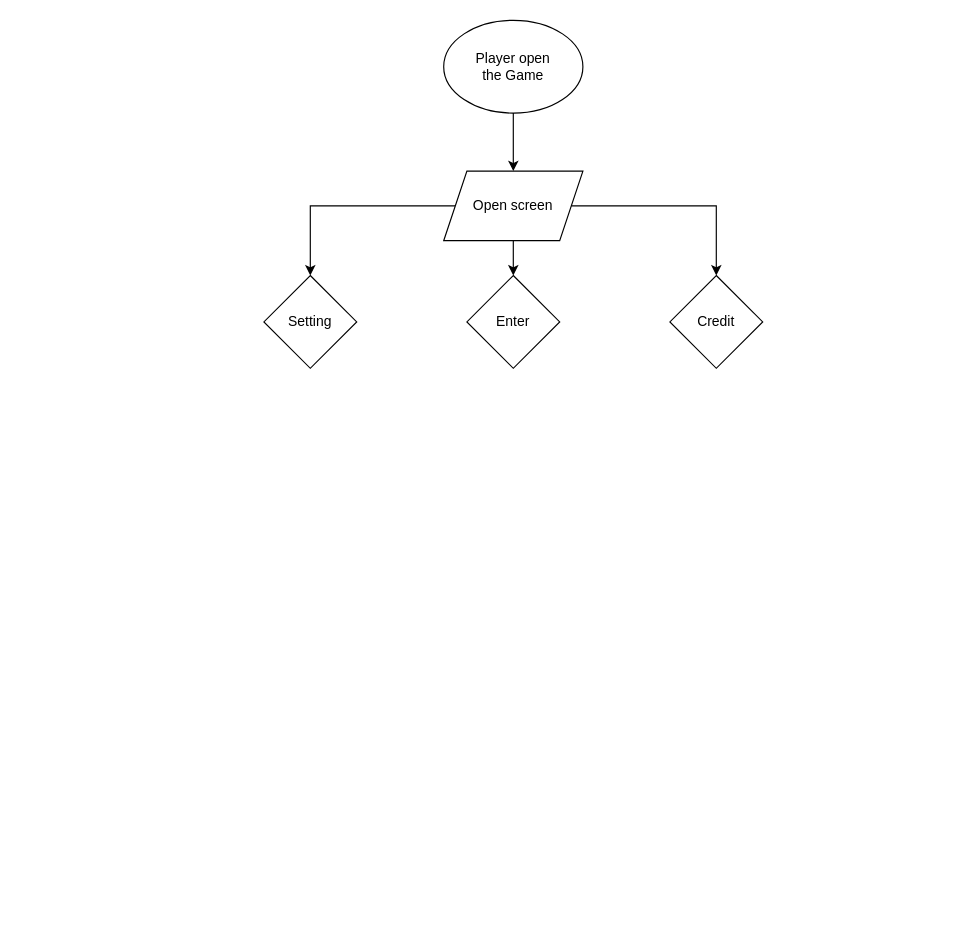
Above: Diagram/Mobile Shooting the video game.drawio in quanpham8899/Mobile-shooting-the-video-game (draw.io), before the change. Source tidied: cells renumbered, new cells numbered last; positions are measured from the earlier drawing's top-left corner, leaving out a move shared by most shapes. Both pictures are drawn from the tidied source at 116%, with x=0, y=0 at pixel (263, 20).
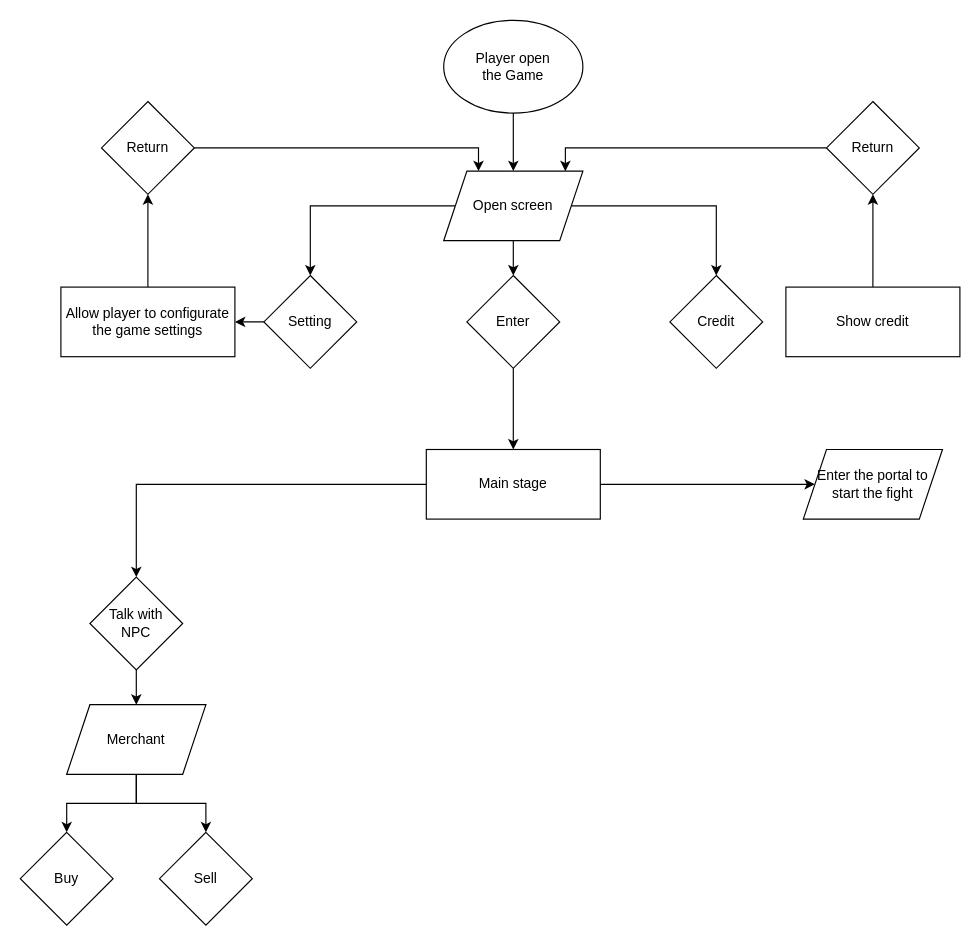
Above is the later version.

Unchanged cells that the change refers to:
```xml
<mxCell id="7" value="Open screen" style="shape=parallelogram;perimeter=parallelogramPerimeter;whiteSpace=wrap;html=1;fixedSize=1;" parent="1" vertex="1">
  <mxGeometry x="155" y="130" width="120" height="60" as="geometry" />
</mxCell>
<mxCell id="8" value="Enter" style="rhombus;whiteSpace=wrap;html=1;" parent="1" vertex="1">
  <mxGeometry x="175" y="220" width="80" height="80" as="geometry" />
</mxCell>
<mxCell id="9" value="Setting" style="rhombus;whiteSpace=wrap;html=1;" parent="1" vertex="1">
  <mxGeometry y="220" width="80" height="80" as="geometry" />
</mxCell>
```

Diff of the diagram source:
```diff
@@
+    <mxCell id="11" style="edgeStyle=orthogonalEdgeStyle;rounded=0;jettySize=auto;html=1;" parent="1" edge="1" source="8" target="23">
+      <mxGeometry relative="1" as="geometry" />
+    </mxCell>
@@
+    <mxCell id="12" style="edgeStyle=orthogonalEdgeStyle;rounded=0;jettySize=auto;html=1;" parent="1" edge="1" source="9" target="16">
+      <mxGeometry relative="1" as="geometry" />
+    </mxCell>
@@
+    <mxCell id="13" style="edgeStyle=orthogonalEdgeStyle;rounded=0;jettySize=auto;html=1;entryX=0.25;entryY=0;entryDx=0;entryDy=0;" parent="1" edge="1" source="14" target="7">
+      <mxGeometry relative="1" as="geometry" />
+    </mxCell>
+    <mxCell id="14" value="Return" style="rhombus;whiteSpace=wrap;html=1;" parent="1" vertex="1">
+      <mxGeometry x="-140" y="70" width="80" height="80" as="geometry" />
+    </mxCell>
+    <mxCell id="15" style="edgeStyle=orthogonalEdgeStyle;rounded=0;jettySize=auto;html=1;" parent="1" edge="1" source="16" target="14">
+      <mxGeometry relative="1" as="geometry" />
+    </mxCell>
+    <mxCell id="16" value="Allow player to configurate the game settings" style="rounded=0;whiteSpace=wrap;html=1;" parent="1" vertex="1">
+      <mxGeometry x="-175" y="230" width="150" height="60" as="geometry" />
+    </mxCell>
+    <mxCell id="17" style="edgeStyle=orthogonalEdgeStyle;rounded=0;jettySize=auto;html=1;" parent="1" edge="1" source="18" target="19">
+      <mxGeometry relative="1" as="geometry" />
+    </mxCell>
+    <mxCell id="18" value="Show credit" style="rounded=0;whiteSpace=wrap;html=1;" parent="1" vertex="1">
+      <mxGeometry x="450" y="230" width="150" height="60" as="geometry" />
+    </mxCell>
+    <mxCell id="19" value="Return" style="rhombus;whiteSpace=wrap;html=1;" parent="1" vertex="1">
+      <mxGeometry x="485" y="70" width="80" height="80" as="geometry" />
+    </mxCell>
+    <mxCell id="20" style="edgeStyle=orthogonalEdgeStyle;rounded=0;jettySize=auto;html=1;entryX=0.874;entryY=0.002;entryDx=0;entryDy=0;entryPerimeter=0;" parent="1" edge="1" source="19" target="7">
+      <mxGeometry relative="1" as="geometry" />
+    </mxCell>
+    <mxCell id="21" style="edgeStyle=orthogonalEdgeStyle;rounded=0;jettySize=auto;html=1;" parent="1" edge="1" source="23" target="24">
+      <mxGeometry relative="1" as="geometry" />
+    </mxCell>
+    <mxCell id="22" style="edgeStyle=orthogonalEdgeStyle;rounded=0;jettySize=auto;html=1;" parent="1" edge="1" source="23" target="26">
+      <mxGeometry relative="1" as="geometry" />
+    </mxCell>
+    <mxCell id="23" value="Main stage" style="rounded=0;whiteSpace=wrap;html=1;" parent="1" vertex="1">
+      <mxGeometry x="140" y="370" width="150" height="60" as="geometry" />
+    </mxCell>
+    <mxCell id="24" value="Enter the portal to start the fight" style="shape=parallelogram;perimeter=parallelogramPerimeter;whiteSpace=wrap;html=1;fixedSize=1;" parent="1" vertex="1">
+      <mxGeometry x="465" y="370" width="120" height="60" as="geometry" />
+    </mxCell>
+    <mxCell id="25" style="edgeStyle=orthogonalEdgeStyle;rounded=0;jettySize=auto;html=1;" parent="1" edge="1" source="26" target="29">
+      <mxGeometry relative="1" as="geometry" />
+    </mxCell>
+    <mxCell id="26" value="Talk with &lt;br&gt;NPC" style="rhombus;whiteSpace=wrap;html=1;" parent="1" vertex="1">
+      <mxGeometry x="-150" y="480" width="80" height="80" as="geometry" />
+    </mxCell>
+    <mxCell id="27" style="edgeStyle=orthogonalEdgeStyle;rounded=0;jettySize=auto;html=1;" parent="1" edge="1" source="29" target="30">
+      <mxGeometry relative="1" as="geometry" />
+    </mxCell>
+    <mxCell id="28" style="edgeStyle=orthogonalEdgeStyle;rounded=0;jettySize=auto;html=1;" parent="1" edge="1" source="29" target="31">
+      <mxGeometry relative="1" as="geometry" />
+    </mxCell>
+    <mxCell id="29" value="Merchant" style="shape=parallelogram;perimeter=parallelogramPerimeter;whiteSpace=wrap;html=1;fixedSize=1;" parent="1" vertex="1">
+      <mxGeometry x="-170" y="590" width="120" height="60" as="geometry" />
+    </mxCell>
+    <mxCell id="30" value="Buy" style="rhombus;whiteSpace=wrap;html=1;" parent="1" vertex="1">
+      <mxGeometry x="-210" y="700" width="80" height="80" as="geometry" />
+    </mxCell>
+    <mxCell id="31" value="Sell" style="rhombus;whiteSpace=wrap;html=1;" parent="1" vertex="1">
+      <mxGeometry x="-90" y="700" width="80" height="80" as="geometry" />
+    </mxCell>
```
